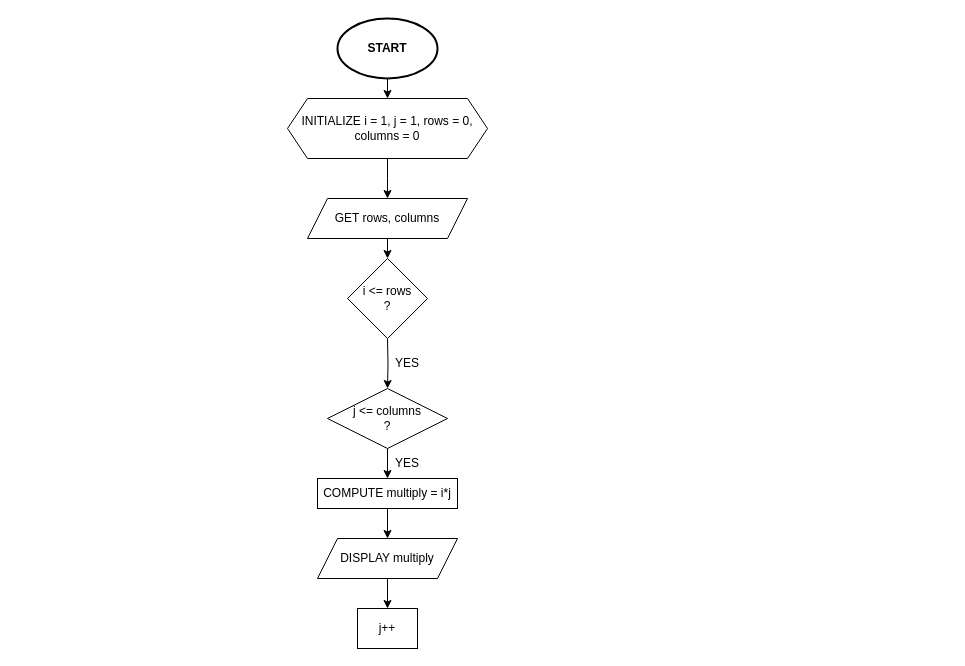
Before: page "5_21" (1 of 3) of Lab Exercise 4/lab5.2.drawio in barrosaur/first-year-cpe-lab, a draw.io diagram. Source tidied: cells renumbered, new cells numbered last; positions are measured from the earlier drawing's top-left corner, leaving out a move shared by most shapes. Both pictures are drawn from the tidied source at 100%, with x=0, y=0 at pixel (287, 18).
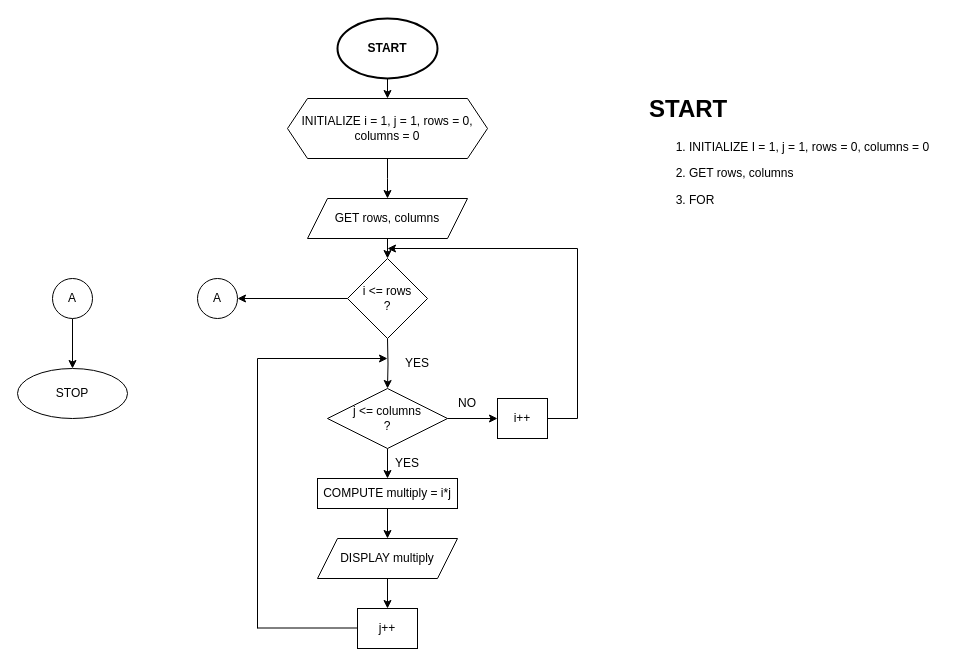
The same page after the edit.

The change refers to these unchanged cells:
```xml
<mxCell id="7" value="i &amp;lt;= rows&lt;div&gt;?&lt;/div&gt;" style="rhombus;whiteSpace=wrap;html=1;" parent="1" vertex="1">
  <mxGeometry x="60" y="240" width="80" height="80" as="geometry" />
</mxCell>
<mxCell id="9" value="j &amp;lt;= columns&lt;div&gt;?&lt;/div&gt;" style="rhombus;whiteSpace=wrap;html=1;" parent="1" vertex="1">
  <mxGeometry x="40" y="370" width="120" height="60" as="geometry" />
</mxCell>
```

Change to the diagram source:
```diff
@@
+    <mxCell id="19" style="edgeStyle=orthogonalEdgeStyle;rounded=0;jettySize=auto;html=1;exitX=1;exitY=0.5;exitDx=0;exitDy=0;entryX=0;entryY=0.5;entryDx=0;entryDy=0;" parent="1" edge="1" source="9" target="23">
+      <mxGeometry relative="1" as="geometry" />
+    </mxCell>
@@
     <mxCell id="10" value="YES" style="text;html=1;align=center;verticalAlign=middle;whiteSpace=wrap;rounded=0;" parent="1" vertex="1">
-      <mxGeometry x="90" y="330" width="60" height="30" as="geometry" />
+      <mxGeometry x="100" y="330" width="60" height="30" as="geometry" />
     </mxCell>
@@
+    <mxCell id="20" style="endArrow=none;html=1;rounded=0;exitX=1;exitY=0.5;exitDx=0;exitDy=0;" parent="1" edge="1">
+      <mxGeometry relative="1" as="geometry">
+        <mxPoint x="-30" y="609.5" as="sourcePoint" />
+        <mxPoint x="70" y="609.5" as="targetPoint" />
+      </mxGeometry>
+    </mxCell>
+    <mxCell id="21" style="endArrow=classic;html=1;rounded=0;" parent="1" edge="1">
+      <mxGeometry relative="1" as="geometry">
+        <mxPoint x="-30" y="340" as="sourcePoint" />
+        <mxPoint x="100" y="340" as="targetPoint" />
+      </mxGeometry>
+    </mxCell>
+    <mxCell id="22" style="endArrow=none;html=1;rounded=0;" parent="1" edge="1">
+      <mxGeometry relative="1" as="geometry">
+        <mxPoint x="-30" y="610" as="sourcePoint" />
+        <mxPoint x="-30" y="340" as="targetPoint" />
+      </mxGeometry>
+    </mxCell>
+    <mxCell id="23" value="i++" style="rounded=0;whiteSpace=wrap;html=1;" parent="1" vertex="1">
+      <mxGeometry x="210" y="380" width="50" height="40" as="geometry" />
+    </mxCell>
+    <mxCell id="24" value="NO" style="text;html=1;align=center;verticalAlign=middle;whiteSpace=wrap;rounded=0;" parent="1" vertex="1">
+      <mxGeometry x="150" y="370" width="60" height="30" as="geometry" />
+    </mxCell>
+    <mxCell id="25" style="endArrow=classic;html=1;rounded=0;" parent="1" edge="1">
+      <mxGeometry relative="1" as="geometry">
+        <mxPoint x="290" y="230" as="sourcePoint" />
+        <mxPoint x="100" y="230" as="targetPoint" />
+      </mxGeometry>
+    </mxCell>
+    <mxCell id="26" style="endArrow=none;html=1;rounded=0;" parent="1" edge="1">
+      <mxGeometry relative="1" as="geometry">
+        <mxPoint x="290" y="400" as="sourcePoint" />
+        <mxPoint x="290" y="230" as="targetPoint" />
+      </mxGeometry>
+    </mxCell>
+    <mxCell id="27" style="endArrow=none;html=1;rounded=0;exitX=1;exitY=0.5;exitDx=0;exitDy=0;" parent="1" edge="1" source="23">
+      <mxGeometry relative="1" as="geometry">
+        <mxPoint x="290" y="400" as="targetPoint" />
+      </mxGeometry>
+    </mxCell>
+    <mxCell id="28" value="A" style="ellipse;whiteSpace=wrap;html=1;" parent="1" vertex="1">
+      <mxGeometry x="-90" y="260" width="40" height="40" as="geometry" />
+    </mxCell>
+    <mxCell id="29" style="endArrow=classic;html=1;rounded=0;entryX=1;entryY=0.5;entryDx=0;entryDy=0;exitX=0;exitY=0.5;exitDx=0;exitDy=0;" parent="1" edge="1" source="7" target="28">
+      <mxGeometry relative="1" as="geometry" />
+    </mxCell>
+    <mxCell id="30" value="STOP" style="ellipse;whiteSpace=wrap;html=1;" parent="1" vertex="1">
+      <mxGeometry x="-270" y="350" width="110" height="50" as="geometry" />
+    </mxCell>
+    <mxCell id="31" style="edgeStyle=orthogonalEdgeStyle;rounded=0;jettySize=auto;html=1;exitX=0.5;exitY=1;exitDx=0;exitDy=0;entryX=0.5;entryY=0;entryDx=0;entryDy=0;" parent="1" edge="1" source="32" target="30">
+      <mxGeometry relative="1" as="geometry" />
+    </mxCell>
+    <mxCell id="32" value="A" style="ellipse;whiteSpace=wrap;html=1;" parent="1" vertex="1">
+      <mxGeometry x="-235" y="260" width="40" height="40" as="geometry" />
+    </mxCell>
+    <mxCell id="33" value="&lt;blockquote style=&quot;margin: 0 0 0 40px; border: none; padding: 0px;&quot;&gt;&lt;h1 style=&quot;margin-top: 0px;&quot;&gt;START&lt;/h1&gt;&lt;p&gt;&lt;span style=&quot;white-space: pre;&quot;&gt;&#9;&lt;/span&gt;1. INITIALIZE I = 1, j = 1, rows = 0, columns = 0&lt;/p&gt;&lt;p&gt;&lt;span style=&quot;white-space: pre;&quot;&gt;&#9;&lt;/span&gt;2. GET rows, columns&lt;br&gt;&lt;/p&gt;&lt;p&gt;&lt;span style=&quot;white-space: pre;&quot;&gt;&#9;&lt;/span&gt;3. FOR&lt;br&gt;&lt;/p&gt;&lt;/blockquote&gt;" style="text;html=1;whiteSpace=wrap;overflow=hidden;rounded=0;" parent="1" vertex="1">
+      <mxGeometry x="320" y="70" width="340" height="290" as="geometry" />
+    </mxCell>
```
